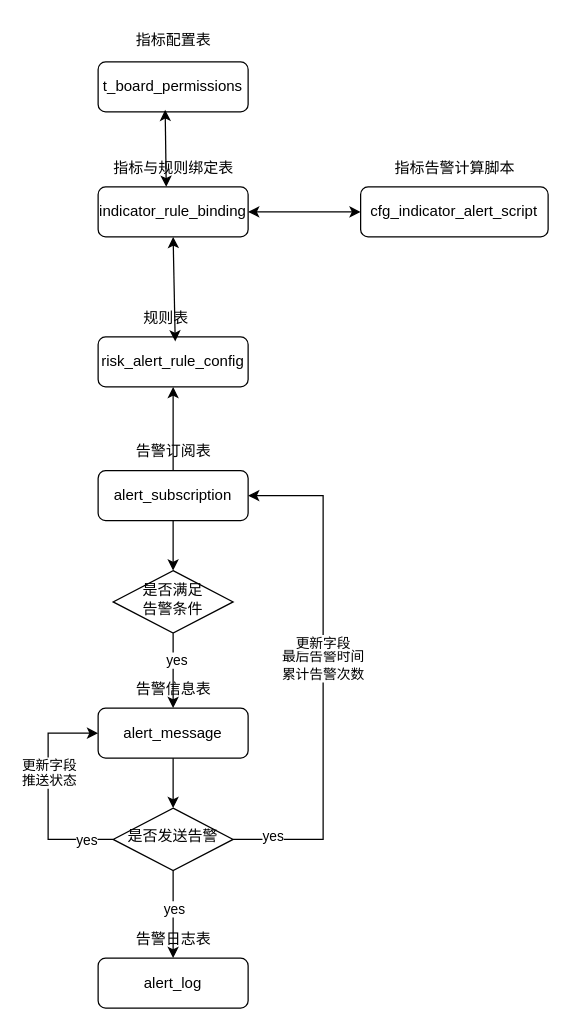
Before: 告警图关系.drawio in 15973217290/my_rep01, a draw.io diagram. Source tidied: cells renumbered, new cells numbered last; positions are measured from the earlier drawing's top-left corner, leaving out a move shared by most shapes. Both pictures are drawn from the tidied source at 125%, with x=0, y=0 at pixel (48, 21).
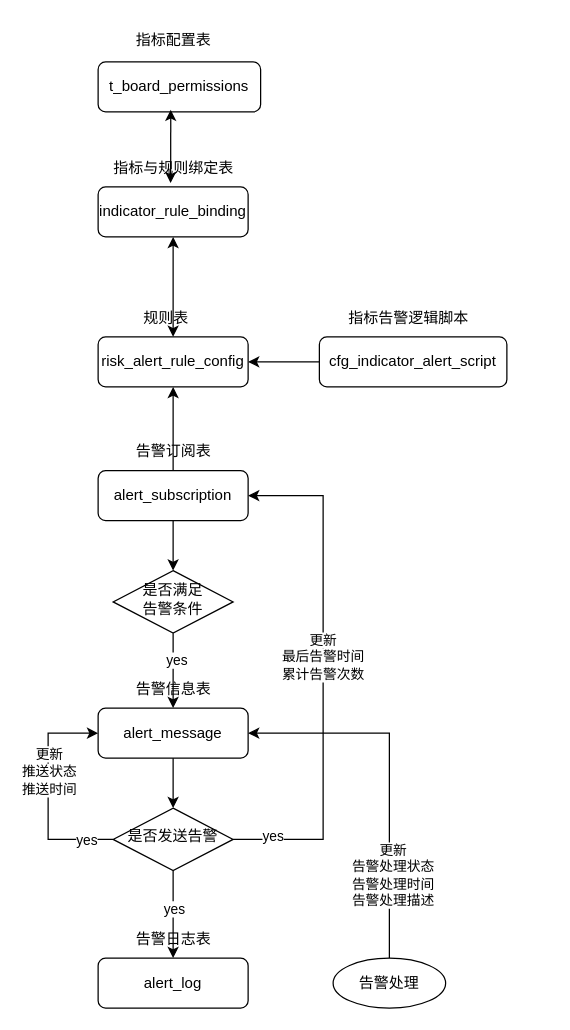
The same page after the edit.

Commit message:
更新告警图关系.drawio

The change refers to these unchanged cells:
```xml
<mxCell id="3" value="risk_alert_rule_config" style="rounded=1;whiteSpace=wrap;html=1;fontSize=12;glass=0;strokeWidth=1;shadow=0;" parent="1" vertex="1">
  <mxGeometry x="40" y="252" width="120" height="40" as="geometry" />
</mxCell>
<mxCell id="4" value="alert_message" style="rounded=1;whiteSpace=wrap;html=1;fontSize=12;glass=0;strokeWidth=1;shadow=0;" parent="1" vertex="1">
  <mxGeometry x="40" y="549" width="120" height="40" as="geometry" />
</mxCell>
<mxCell id="6" value="规则表" style="text;html=1;align=center;verticalAlign=middle;points=[];strokeColor=none;fillColor=none;" parent="1" vertex="1">
  <mxGeometry x="64" y="222" width="60" height="30" as="geometry" />
</mxCell>
<mxCell id="7" value="indicator_rule_binding" style="rounded=1;whiteSpace=wrap;html=1;fontSize=12;glass=0;strokeWidth=1;shadow=0;" parent="1" vertex="1">
  <mxGeometry x="40" y="132" width="120" height="40" as="geometry" />
</mxCell>
<mxCell id="21" style="edgeStyle=orthogonalEdgeStyle;rounded=0;jettySize=auto;html=1;exitX=1;exitY=0.5;exitDx=0;exitDy=0;entryX=1;entryY=0.5;entryDx=0;entryDy=0;" parent="1" edge="1" source="29" target="10">
  <mxGeometry relative="1" as="geometry">
    <Array as="points">
      <mxPoint x="220" y="654" />
      <mxPoint x="220" y="379" />
    </Array>
  </mxGeometry>
</mxCell>
<mxCell id="25" style="edgeStyle=orthogonalEdgeStyle;rounded=0;jettySize=auto;html=1;exitX=0;exitY=0.5;exitDx=0;exitDy=0;entryX=0;entryY=0.5;entryDx=0;entryDy=0;" parent="1" edge="1" source="29" target="4">
  <mxGeometry relative="1" as="geometry">
    <Array as="points">
      <mxPoint y="654" />
      <mxPoint y="569" />
    </Array>
  </mxGeometry>
</mxCell>
```

The edit, as a diff of the source:
```diff
@@
     <mxCell id="2" value="t_board_permissions" style="rounded=1;whiteSpace=wrap;html=1;fontSize=12;glass=0;strokeWidth=1;shadow=0;" parent="1" vertex="1">
-      <mxGeometry x="40" y="32" width="120" height="40" as="geometry" />
+      <mxGeometry x="40" y="32" width="130" height="40" as="geometry" />
     </mxCell>
@@
+    <mxCell id="36" style="edgeStyle=orthogonalEdgeStyle;rounded=0;jettySize=auto;html=1;exitX=0;exitY=0.5;exitDx=0;exitDy=0;entryX=1;entryY=0.5;entryDx=0;entryDy=0;" parent="1" edge="1" source="15" target="3">
+      <mxGeometry relative="1" as="geometry" />
+    </mxCell>
     <mxCell id="15" value="cfg_indicator_alert_script" style="rounded=1;whiteSpace=wrap;html=1;fontSize=12;glass=0;strokeWidth=1;shadow=0;" parent="1" vertex="1">
-      <mxGeometry x="250" y="132" width="150" height="40" as="geometry" />
+      <mxGeometry x="217" y="252" width="150" height="40" as="geometry" />
     </mxCell>
-    <mxCell id="16" value="指标告警计算脚本" style="text;html=1;align=center;verticalAlign=middle;strokeColor=none;fillColor=none;" parent="1" vertex="1">
-      <mxGeometry x="265" y="102" width="120" height="30" as="geometry" />
+    <mxCell id="16" value="指标告警逻辑脚本" style="text;html=1;align=center;verticalAlign=middle;strokeColor=none;fillColor=none;" parent="1" vertex="1">
+      <mxGeometry x="228" y="222" width="120" height="30" as="geometry" />
     </mxCell>
-    <mxCell id="17" style="endArrow=classic;startArrow=classic;html=1;rounded=0;entryX=0.5;entryY=1;entryDx=0;entryDy=0;exitX=0.628;exitY=1.122;exitDx=0;exitDy=0;exitPerimeter=0;" parent="1" edge="1" source="6" target="7">
+    <mxCell id="17" style="endArrow=classic;startArrow=classic;html=1;rounded=0;entryX=0.5;entryY=1;entryDx=0;entryDy=0;exitX=0.5;exitY=0;exitDx=0;exitDy=0;" parent="1" edge="1" source="3" target="7">
       <mxGeometry relative="1" as="geometry" />
     </mxCell>
     <mxCell id="18" style="endArrow=classic;startArrow=classic;html=1;rounded=0;entryX=0.447;entryY=0.958;entryDx=0;entryDy=0;entryPerimeter=0;" parent="1" edge="1" target="2">
       <mxGeometry relative="1" as="geometry">
-        <mxPoint x="94.5" y="132" as="sourcePoint" />
+        <mxPoint x="98" y="129" as="sourcePoint" />
       </mxGeometry>
     </mxCell>
-    <mxCell id="19" style="endArrow=classic;startArrow=classic;html=1;rounded=0;exitX=1;exitY=0.5;exitDx=0;exitDy=0;entryX=0;entryY=0.5;entryDx=0;entryDy=0;" parent="1" edge="1" source="7" target="15">
-      <mxGeometry relative="1" as="geometry" />
-    </mxCell>
@@
-    <mxCell id="24" value="更新字段" style="edgeLabel;html=1;align=center;verticalAlign=middle;" parent="21" vertex="1">
-      <mxGeometry x="0.13" y="1" relative="1" as="geometry" />
+    <mxCell id="24" value="更新" style="edgeLabel;html=1;align=center;verticalAlign=middle;" parent="21" vertex="1">
+      <mxGeometry x="0.13" y="1" relative="1" as="geometry">
+        <mxPoint y="-2" as="offset" />
+      </mxGeometry>
     </mxCell>
@@
-    <mxCell id="27" value="推送状态" style="edgeLabel;html=1;align=center;verticalAlign=middle;" parent="25" vertex="1">
+    <mxCell id="27" value="推送状态&lt;div&gt;推送时间&lt;/div&gt;" style="edgeLabel;html=1;align=center;verticalAlign=middle;" parent="25" vertex="1">
       <mxGeometry x="0.13" y="3" relative="1" as="geometry">
         <mxPoint x="3" as="offset" />
       </mxGeometry>
     </mxCell>
-    <mxCell id="28" value="更新字段" style="edgeLabel;html=1;align=center;verticalAlign=middle;" parent="25" vertex="1">
-      <mxGeometry x="0.26" relative="1" as="geometry" />
+    <mxCell id="28" value="更新" style="edgeLabel;html=1;align=center;verticalAlign=middle;" parent="25" vertex="1">
+      <mxGeometry x="0.26" relative="1" as="geometry">
+        <mxPoint y="-9" as="offset" />
+      </mxGeometry>
     </mxCell>
@@
+    <mxCell id="37" style="edgeStyle=orthogonalEdgeStyle;rounded=0;jettySize=auto;html=1;exitX=0.5;exitY=0;exitDx=0;exitDy=0;entryX=1;entryY=0.5;entryDx=0;entryDy=0;" parent="1" edge="1" source="39" target="4">
+      <mxGeometry relative="1" as="geometry" />
+    </mxCell>
+    <mxCell id="38" value="更新&lt;div&gt;告警处理状态&lt;/div&gt;&lt;div&gt;告警处理时间&lt;/div&gt;&lt;div&gt;告警处理描述&lt;/div&gt;" style="edgeLabel;html=1;align=center;verticalAlign=middle;" parent="37" vertex="1">
+      <mxGeometry x="-0.54" y="-1" relative="1" as="geometry">
+        <mxPoint x="1" as="offset" />
+      </mxGeometry>
+    </mxCell>
+    <mxCell id="39" value="告警处理" style="ellipse;whiteSpace=wrap;html=1;" parent="1" vertex="1">
+      <mxGeometry x="228" y="749" width="90" height="40" as="geometry" />
+    </mxCell>
```
